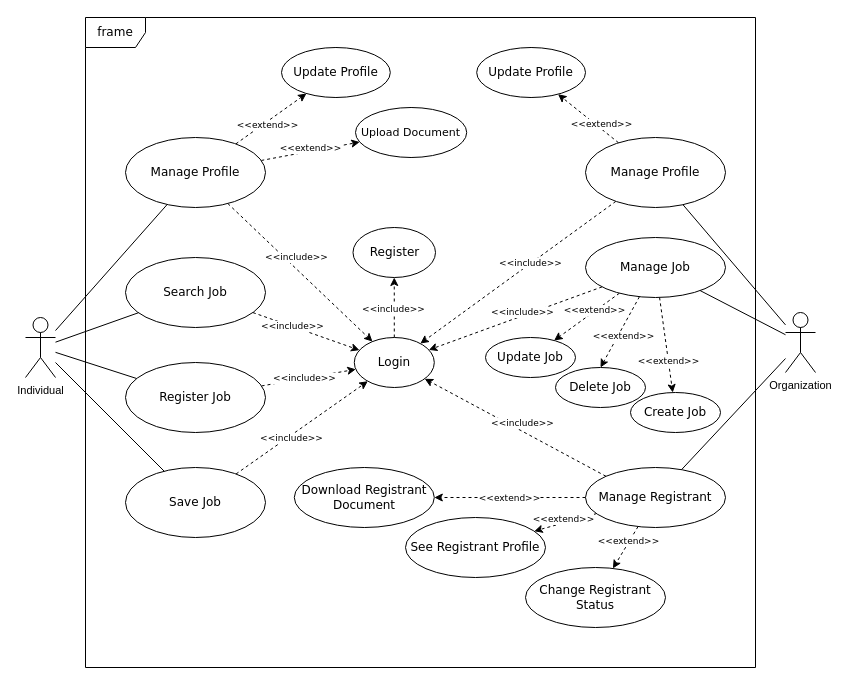
The draw.io diagram diagram/Use Case.drawio in SeeN-Zero/foundlunteer-diagram, before the edit. Source tidied: cells renumbered, new cells numbered last; positions are measured from the earlier drawing's top-left corner, leaving out a move shared by most shapes. Both pictures are drawn from the tidied source at 100%, with x=0, y=0 at pixel (25, 17).
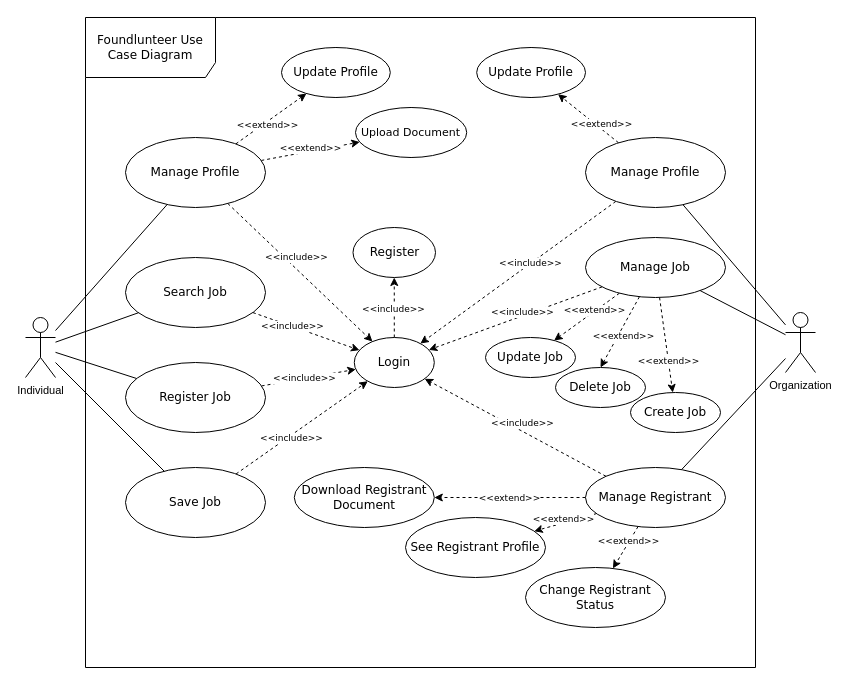
After the change.

Change to the diagram source:
```diff
@@
-    <mxCell id="2" value="frame" style="shape=umlFrame;whiteSpace=wrap;html=1;fontFamily=Verdana;" parent="1" vertex="1">
+    <mxCell id="2" value="Foundlunteer Use Case Diagram" style="shape=umlFrame;whiteSpace=wrap;html=1;fontFamily=Verdana;width=130;height=60;" parent="1" vertex="1">
       <mxGeometry x="60" width="670" height="650" as="geometry" />
     </mxCell>
```
